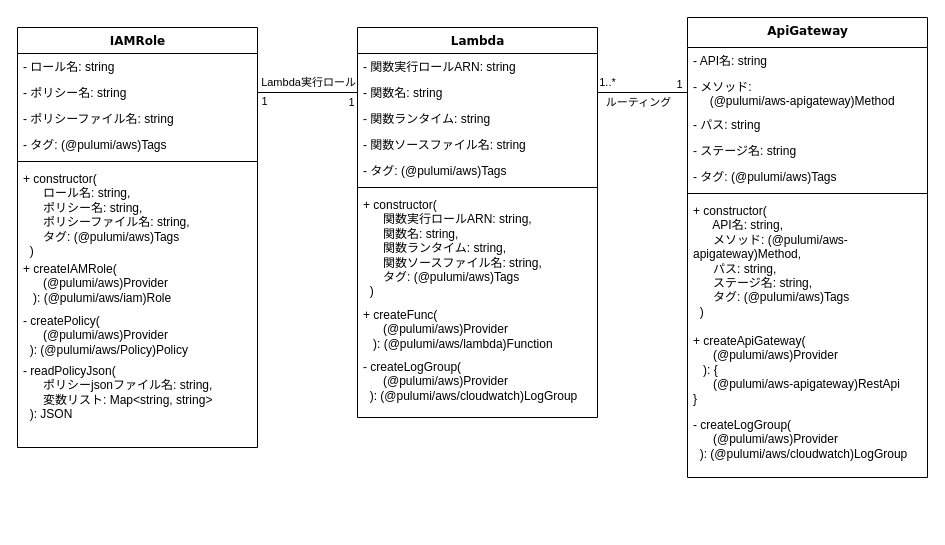
Before: .docs/PicToTextInfraClass.drawio in takata-kento/InfraPicToTxt, a draw.io diagram. Source tidied: cells renumbered, new cells numbered last; positions are measured from the earlier drawing's top-left corner, leaving out a move shared by most shapes. Both pictures are drawn from the tidied source at 100%, with x=0, y=0 at pixel (17, 17).
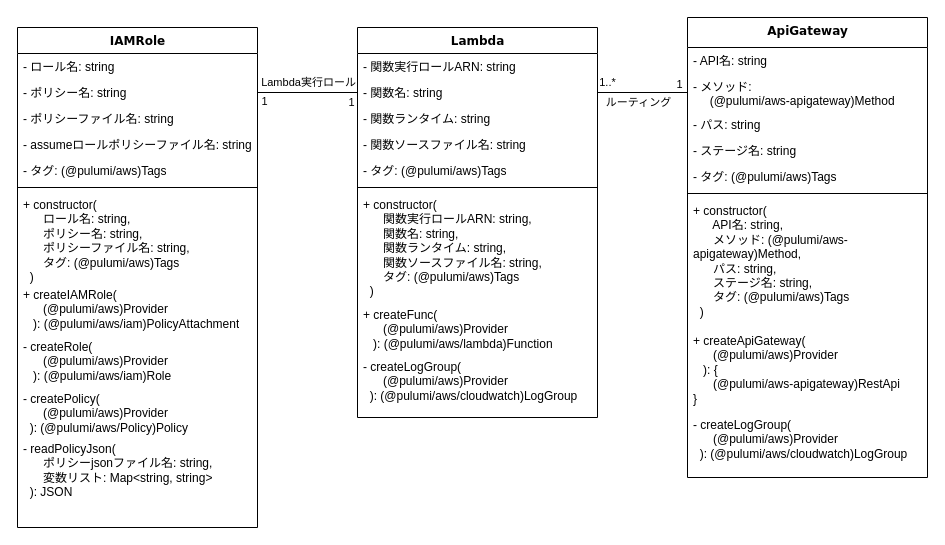
The same diagram, later.

Commit message (it also covers changes not shown here):
createRoleメソッドの追加。assumeロールポリシー定義ファイル名フィールドの追加。

The edit, as a diff of the source:
```diff
@@
     <mxCell id="28" value="IAMRole" style="swimlane;html=1;fontStyle=1;align=center;verticalAlign=top;horizontal=1;startSize=26;swimlaneFillColor=#ffffff;rounded=0;shadow=0;comic=0;labelBackgroundColor=none;strokeWidth=1;fillColor=none;fontFamily=Verdana;fontSize=12;" parent="1" vertex="1">
-      <mxGeometry y="10" width="240" height="420" as="geometry" />
+      <mxGeometry y="10" width="240" height="500" as="geometry" />
     </mxCell>
@@
+    <mxCell id="42" value="- assumeロールポリシーファイル名: s&lt;span style=&quot;background-color: initial;&quot;&gt;tring&lt;/span&gt;" style="text;html=1;strokeColor=none;fillColor=none;align=left;verticalAlign=top;spacingLeft=4;spacingRight=4;whiteSpace=wrap;overflow=hidden;" parent="28" vertex="1">
+      <mxGeometry y="104" width="240" height="26" as="geometry" />
+    </mxCell>
     <mxCell id="32" value="- タグ: (@pulumi/aws)Tags" style="text;html=1;strokeColor=none;fillColor=none;align=left;verticalAlign=top;spacingLeft=4;spacingRight=4;whiteSpace=wrap;overflow=hidden;" parent="28" vertex="1">
-      <mxGeometry y="104" width="240" height="26" as="geometry" />
+      <mxGeometry y="130" width="240" height="26" as="geometry" />
     </mxCell>
     <mxCell id="33" style="line;html=1;strokeWidth=1;fillColor=none;align=left;verticalAlign=middle;spacingTop=-1;spacingLeft=3;spacingRight=3;labelPosition=right;" parent="28" vertex="1">
-      <mxGeometry y="130" width="240" height="8" as="geometry" />
+      <mxGeometry y="156" width="240" height="8" as="geometry" />
     </mxCell>
     <mxCell id="34" value="+ constructor(&lt;div&gt;&amp;nbsp; &amp;nbsp; &amp;nbsp; ロール名: string,&lt;/div&gt;&lt;div&gt;&amp;nbsp; &amp;nbsp; &amp;nbsp; ポリシー名: string,&lt;/div&gt;&lt;div&gt;&amp;nbsp; &amp;nbsp; &amp;nbsp; ポリシーファイル名: string,&lt;/div&gt;&lt;div&gt;&amp;nbsp; &amp;nbsp; &amp;nbsp; タグ:&amp;nbsp;&lt;span style=&quot;background-color: initial;&quot;&gt;(@pulumi/aws)Tags&lt;/span&gt;&lt;/div&gt;&lt;div&gt;&amp;nbsp; )&lt;/div&gt;" style="text;html=1;strokeColor=none;fillColor=none;align=left;verticalAlign=top;spacingLeft=4;spacingRight=4;whiteSpace=wrap;overflow=hidden;" parent="28" vertex="1">
-      <mxGeometry y="138" width="240" height="90" as="geometry" />
+      <mxGeometry y="164" width="240" height="90" as="geometry" />
     </mxCell>
-    <mxCell id="35" value="+ createIAMRole(&lt;div&gt;&amp;nbsp; &amp;nbsp; &amp;nbsp; (@pulumi/aws)Provider&lt;/div&gt;&lt;div&gt;&amp;nbsp; &amp;nbsp;): (@pulumi/aws/iam)Role&lt;/div&gt;" style="text;html=1;strokeColor=none;fillColor=none;align=left;verticalAlign=top;spacingLeft=4;spacingRight=4;whiteSpace=wrap;overflow=hidden;" parent="28" vertex="1">
-      <mxGeometry y="228" width="240" height="52" as="geometry" />
+    <mxCell id="35" value="+ createIAMRole(&lt;div&gt;&amp;nbsp; &amp;nbsp; &amp;nbsp; (@pulumi/aws)Provider&lt;/div&gt;&lt;div&gt;&amp;nbsp; &amp;nbsp;): (@pulumi/aws/iam)PolicyAttachment&lt;/div&gt;" style="text;html=1;strokeColor=none;fillColor=none;align=left;verticalAlign=top;spacingLeft=4;spacingRight=4;whiteSpace=wrap;overflow=hidden;" parent="28" vertex="1">
+      <mxGeometry y="254" width="240" height="52" as="geometry" />
     </mxCell>
+    <mxCell id="43" value="- createRole(&lt;div&gt;&amp;nbsp; &amp;nbsp; &amp;nbsp; (@pulumi/aws)Provider&lt;/div&gt;&lt;div&gt;&amp;nbsp; &amp;nbsp;): (@pulumi/aws/iam)Role&lt;/div&gt;" style="text;html=1;strokeColor=none;fillColor=none;align=left;verticalAlign=top;spacingLeft=4;spacingRight=4;whiteSpace=wrap;overflow=hidden;" parent="28" vertex="1">
+      <mxGeometry y="306" width="240" height="52" as="geometry" />
+    </mxCell>
     <mxCell id="36" value="- createPolicy(&lt;div&gt;&amp;nbsp; &amp;nbsp; &amp;nbsp; (@pulumi/aws)Provider&lt;/div&gt;&lt;div&gt;&amp;nbsp; ):&amp;nbsp;&lt;span style=&quot;background-color: initial;&quot;&gt;(@pulumi/aws/Policy)Policy&lt;/span&gt;&lt;/div&gt;" style="text;html=1;strokeColor=none;fillColor=none;align=left;verticalAlign=top;spacingLeft=4;spacingRight=4;whiteSpace=wrap;overflow=hidden;" parent="28" vertex="1">
-      <mxGeometry y="280" width="240" height="50" as="geometry" />
+      <mxGeometry y="358" width="240" height="50" as="geometry" />
     </mxCell>
     <mxCell id="37" value="- readPolicyJson(&lt;div&gt;&amp;nbsp; &amp;nbsp; &amp;nbsp; ポリシーjsonファイル名: string,&lt;/div&gt;&lt;div&gt;&lt;span style=&quot;background-color: initial;&quot;&gt;&amp;nbsp; &amp;nbsp; &amp;nbsp; 変数リスト: Map&amp;lt;string, string&amp;gt;&lt;/span&gt;&lt;/div&gt;&lt;div&gt;&lt;span style=&quot;background-color: initial;&quot;&gt;&amp;nbsp; ): JSON&lt;/span&gt;&lt;/div&gt;" style="text;html=1;strokeColor=none;fillColor=none;align=left;verticalAlign=top;spacingLeft=4;spacingRight=4;whiteSpace=wrap;overflow=hidden;" parent="28" vertex="1">
-      <mxGeometry y="330" width="240" height="70" as="geometry" />
+      <mxGeometry y="408" width="240" height="70" as="geometry" />
     </mxCell>
```
